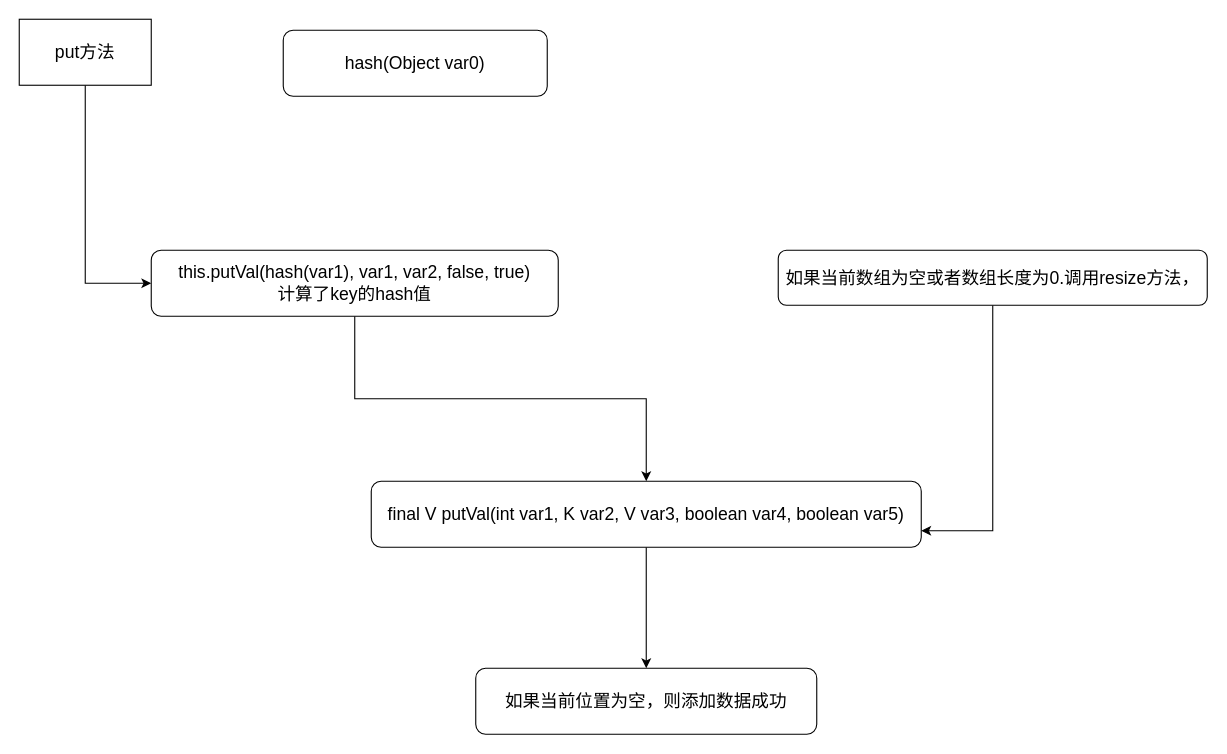
This is Java 基础/HashMap的put方法.drawio from lzyooyle/TikTok, a draw.io file, before an edit. Source tidied: cells renumbered, new cells numbered last; positions are measured from the earlier drawing's top-left corner, leaving out a move shared by most shapes. Both pictures are drawn from the tidied source at 110%, with x=0, y=0 at pixel (19, 19).
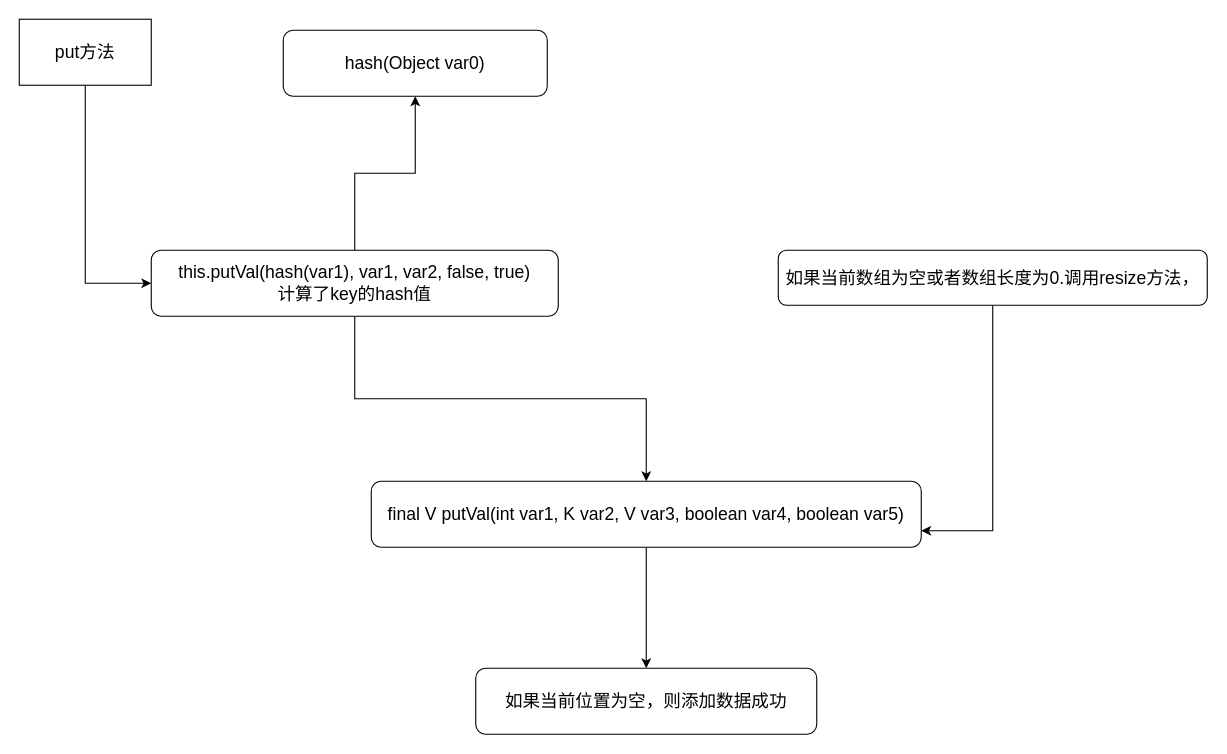
Above is the later version.

What changed in the source:
```diff
@@
 <mxGraphModel>
   <root>
     <mxCell id="0" />
     <mxCell id="1" parent="0" />
     <mxCell id="2" style="edgeStyle=orthogonalEdgeStyle;rounded=0;jettySize=auto;html=1;fontSize=16;entryX=0;entryY=0.5;entryDx=0;entryDy=0;" parent="1" edge="1" source="3" target="5">
       <mxGeometry relative="1" as="geometry" />
     </mxCell>
     <mxCell id="3" value="&lt;font style=&quot;font-size: 16px&quot;&gt;put方法&lt;/font&gt;" style="rounded=0;whiteSpace=wrap;html=1;" parent="1" vertex="1">
       <mxGeometry width="120" height="60" as="geometry" />
     </mxCell>
     <mxCell id="4" style="edgeStyle=orthogonalEdgeStyle;rounded=0;jettySize=auto;html=1;exitX=0.5;exitY=1;exitDx=0;exitDy=0;entryX=0.5;entryY=0;entryDx=0;entryDy=0;fontSize=16;" parent="1" edge="1" source="5" target="8">
       <mxGeometry relative="1" as="geometry" />
     </mxCell>
+    <mxCell id="12" style="edgeStyle=orthogonalEdgeStyle;rounded=0;jettySize=auto;html=1;entryX=0.5;entryY=1;entryDx=0;entryDy=0;fontSize=16;" parent="1" edge="1" source="5" target="6">
+      <mxGeometry relative="1" as="geometry" />
+    </mxCell>
     <mxCell id="5" value="this.putVal(hash(var1), var1, var2, false, true)&lt;br&gt;计算了key的hash值" style="rounded=1;whiteSpace=wrap;html=1;fontSize=16;" parent="1" vertex="1">
       <mxGeometry x="120" y="210" width="370" height="60" as="geometry" />
     </mxCell>
     <mxCell id="6" value="hash(Object var0)" style="rounded=1;whiteSpace=wrap;html=1;fontSize=16;" parent="1" vertex="1">
       <mxGeometry x="240" y="10" width="240" height="60" as="geometry" />
     </mxCell>
     <mxCell id="7" style="edgeStyle=orthogonalEdgeStyle;rounded=0;jettySize=auto;html=1;fontSize=16;" parent="1" edge="1" source="8" target="11">
       <mxGeometry relative="1" as="geometry" />
     </mxCell>
     <mxCell id="8" value="final V putVal(int var1, K var2, V var3, boolean var4, boolean var5)" style="rounded=1;whiteSpace=wrap;html=1;fontSize=16;" parent="1" vertex="1">
       <mxGeometry x="320" y="420" width="500" height="60" as="geometry" />
     </mxCell>
     <mxCell id="9" style="edgeStyle=orthogonalEdgeStyle;rounded=0;jettySize=auto;html=1;entryX=1;entryY=0.75;entryDx=0;entryDy=0;fontSize=16;" parent="1" edge="1" source="10" target="8">
       <mxGeometry relative="1" as="geometry" />
     </mxCell>
     <mxCell id="10" value="如果当前数组为空或者数组长度为0.调用resize方法，" style="rounded=1;whiteSpace=wrap;html=1;fontSize=16;" parent="1" vertex="1">
       <mxGeometry x="690" y="210" width="390" height="50" as="geometry" />
     </mxCell>
     <mxCell id="11" value="如果当前位置为空，则添加数据成功" style="rounded=1;whiteSpace=wrap;html=1;fontSize=16;" parent="1" vertex="1">
       <mxGeometry x="415" y="590" width="310" height="60" as="geometry" />
     </mxCell>
   </root>
 </mxGraphModel>
```
